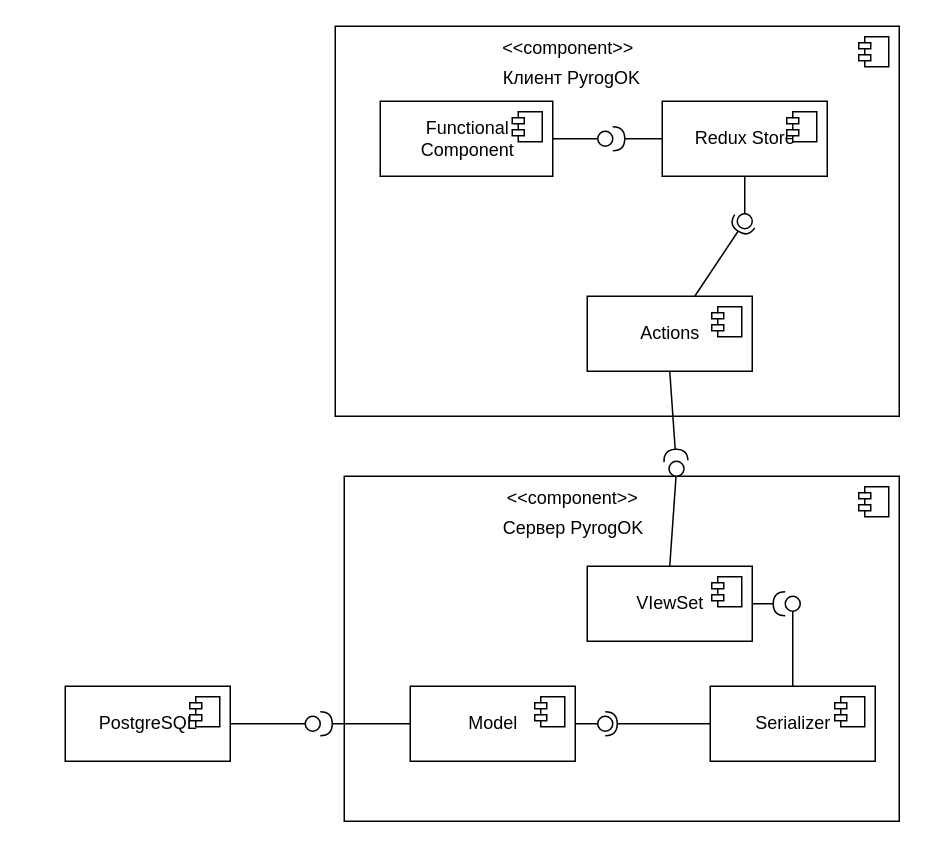
PyroGodz/ProjectionInternetSystems keeps this draw.io diagram as diagrams/diagram_component.drawio. Above is the earlier version. Source tidied: cells renumbered, new cells numbered last; positions are measured from the earlier drawing's top-left corner, leaving out a move shared by most shapes. Both pictures are drawn from the tidied source at 150%, with x=0, y=0 at pixel (64, 26).
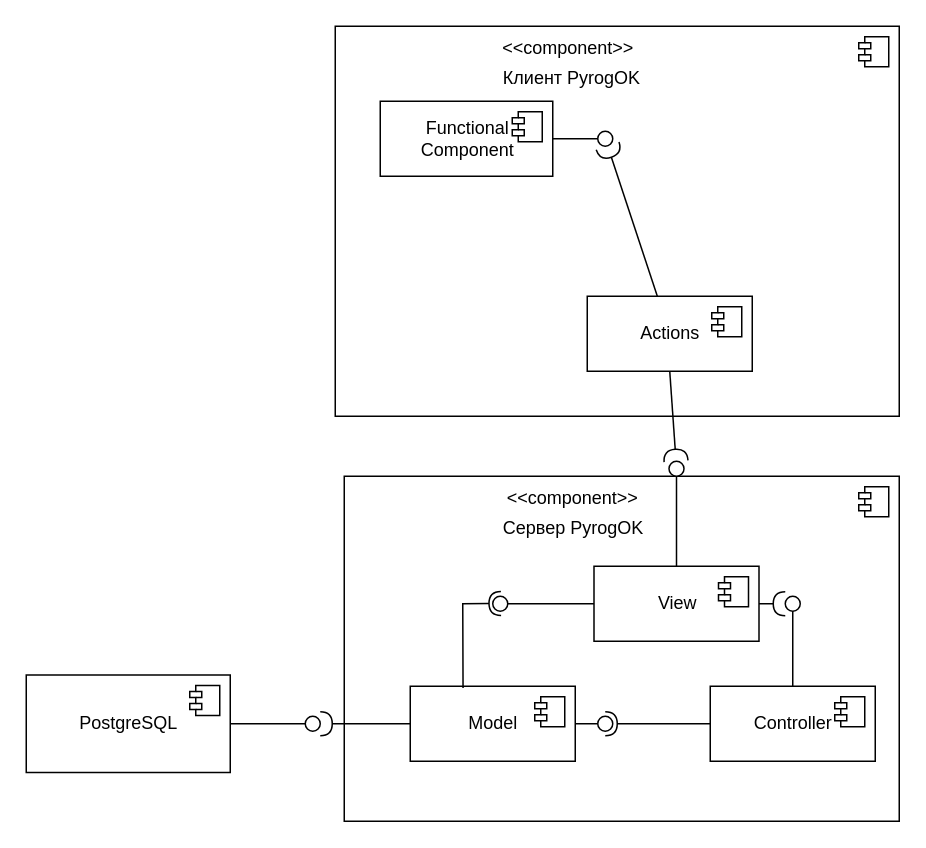
Above is the later version.

The change refers to these unchanged cells:
```xml
<mxCell id="10" value="Actions" style="html=1;" parent="1" vertex="1">
  <mxGeometry x="348" y="180" width="110" height="50" as="geometry" />
</mxCell>
<mxCell id="13" style="ellipse;whiteSpace=wrap;html=1;align=center;points=[];outlineConnect=0;sketch=0;" parent="1" vertex="1">
  <mxGeometry x="355" y="70" width="10" height="10" as="geometry" />
</mxCell>
<mxCell id="22" value="Model" style="html=1;" parent="1" vertex="1">
  <mxGeometry x="230" y="440" width="110" height="50" as="geometry" />
</mxCell>
```

Diff of the diagram source:
```diff
@@
-    <mxCell id="8" value="Redux Store" style="html=1;" parent="1" vertex="1">
-      <mxGeometry x="398" y="50" width="110" height="50" as="geometry" />
-    </mxCell>
-    <mxCell id="9" style="shape=module;jettyWidth=8;jettyHeight=4;" parent="8" vertex="1">
-      <mxGeometry x="1" width="20" height="20" relative="1" as="geometry">
-        <mxPoint x="-27" y="7" as="offset" />
-      </mxGeometry>
-    </mxCell>
@@
-    <mxCell id="12" style="rounded=0;jettySize=auto;html=1;endArrow=halfCircle;endFill=0;endSize=6;strokeWidth=1;sketch=0;" parent="1" edge="1" source="8" target="13">
+    <mxCell id="12" style="rounded=0;jettySize=auto;html=1;endArrow=halfCircle;endFill=0;endSize=6;strokeWidth=1;sketch=0;" parent="1" edge="1" source="10" target="13">
       <mxGeometry relative="1" as="geometry" />
     </mxCell>
@@
-    <mxCell id="15" style="rounded=0;jettySize=auto;html=1;endArrow=none;endFill=0;sketch=0;sourcePerimeterSpacing=0;targetPerimeterSpacing=0;" parent="1" edge="1" source="8" target="17">
-      <mxGeometry relative="1" as="geometry" />
-    </mxCell>
-    <mxCell id="16" style="rounded=0;jettySize=auto;html=1;endArrow=halfCircle;endFill=0;entryX=0.5;entryY=0.5;endSize=6;strokeWidth=1;sketch=0;" parent="1" edge="1" source="10" target="17">
-      <mxGeometry relative="1" as="geometry" />
-    </mxCell>
-    <mxCell id="17" style="ellipse;whiteSpace=wrap;html=1;align=center;points=[];outlineConnect=0;sketch=0;" parent="1" vertex="1">
-      <mxGeometry x="448" y="125" width="10" height="10" as="geometry" />
-    </mxCell>
-    <mxCell id="18" value="VIewSet" style="html=1;" parent="1" vertex="1">
-      <mxGeometry x="348" y="360" width="110" height="50" as="geometry" />
+    <mxCell id="18" value="View" style="html=1;" parent="1" vertex="1">
+      <mxGeometry x="352.5" y="360" width="110" height="50" as="geometry" />
     </mxCell>
@@
-    <mxCell id="20" value="Serializer" style="html=1;" parent="1" vertex="1">
+    <mxCell id="20" value="Controller" style="html=1;" parent="1" vertex="1">
       <mxGeometry x="430" y="440" width="110" height="50" as="geometry" />
     </mxCell>
@@
     <mxCell id="24" value="PostgreSQL" style="html=1;" parent="1" vertex="1">
-      <mxGeometry y="440" width="110" height="50" as="geometry" />
+      <mxGeometry x="-26" y="432.5" width="136" height="65" as="geometry" />
     </mxCell>
@@
+    <mxCell id="43" style="rounded=0;orthogonalLoop=1;jettySize=auto;html=1;endArrow=none;endFill=0;sketch=0;sourcePerimeterSpacing=0;entryX=0;entryY=0.5;entryDx=0;entryDy=0;" parent="1" edge="1" source="18" target="18">
+      <mxGeometry relative="1" as="geometry">
+        <Array as="points">
+          <mxPoint x="295" y="385" />
+        </Array>
+      </mxGeometry>
+    </mxCell>
+    <mxCell id="44" style="ellipse;whiteSpace=wrap;html=1;align=center;sketch=0;" parent="1" vertex="1">
+      <mxGeometry x="285" y="380" width="10" height="10" as="geometry" />
+    </mxCell>
+    <mxCell id="45" style="rounded=0;jettySize=auto;html=1;endArrow=halfCircle;endFill=0;endSize=6;strokeWidth=1;sketch=0;exitX=0.32;exitY=0.024;exitDx=0;exitDy=0;exitPerimeter=0;" parent="1" edge="1" source="22">
+      <mxGeometry relative="1" as="geometry">
+        <mxPoint x="290.5" y="384.8" as="targetPoint" />
+        <Array as="points">
+          <mxPoint x="265" y="385" />
+        </Array>
+      </mxGeometry>
+    </mxCell>
```
